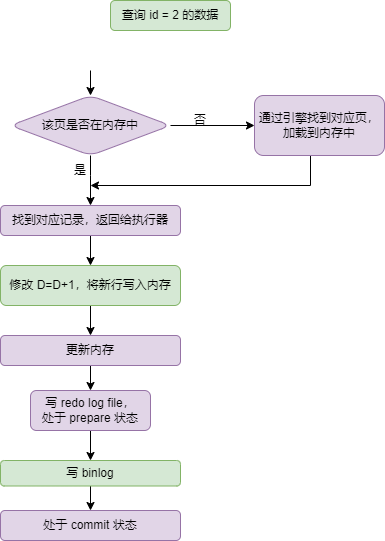
Above: picture/execute-update-sql.png in Fuku-L/draw-io-repo (draw.io), before the change. Source tidied: cells renumbered, new cells last; positions are measured from the earlier drawing's top-left corner, leaving out a move shared by most shapes.
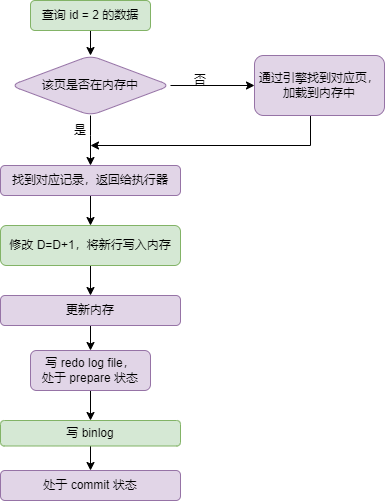
The same file after the commit.

Change to the diagram source:
```diff
@@ -2,13 +2,11 @@
   <root>
     <mxCell id="0" />
     <mxCell id="1" parent="0" />
-    <mxCell id="2" style="edgeStyle=orthogonalEdgeStyle;rounded=0;jettySize=auto;html=1;" parent="1" edge="1" target="6">
-      <mxGeometry relative="1" as="geometry">
-        <mxPoint x="90" y="70" as="sourcePoint" />
-      </mxGeometry>
+    <mxCell id="2" style="edgeStyle=orthogonalEdgeStyle;rounded=0;jettySize=auto;html=1;exitX=0.5;exitY=1;exitDx=0;exitDy=0;" parent="1" edge="1" source="3" target="6">
+      <mxGeometry relative="1" as="geometry" />
     </mxCell>
     <mxCell id="3" value="查询 id = 2 的数据" style="rounded=1;whiteSpace=wrap;html=1;fillColor=#d5e8d4;strokeColor=#82b366;gradientColor=none;" parent="1" vertex="1">
-      <mxGeometry x="110" width="120" height="30" as="geometry" />
+      <mxGeometry x="30" y="40" width="120" height="30" as="geometry" />
     </mxCell>
     <mxCell id="4" style="edgeStyle=orthogonalEdgeStyle;rounded=0;jettySize=auto;html=1;" parent="1" edge="1" source="6" target="8">
       <mxGeometry relative="1" as="geometry" />
```
